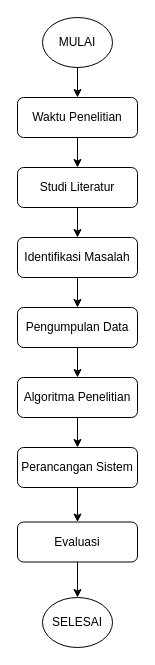
Earlier version of the draw.io diagram Untitled Diagram.drawio (wan-projects/wan-projects). Source tidied: cells renumbered, new cells numbered last; positions are measured from the earlier drawing's top-left corner, leaving out a move shared by most shapes. Both pictures are drawn from the tidied source at 100%, with x=0, y=0 at pixel (17, 17).
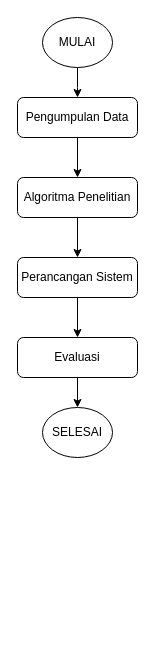
Above is the later version.

The edit, as a diff of the source:
```diff
@@
 <mxGraphModel>
   <root>
     <mxCell id="0" />
     <mxCell id="1" parent="0" />
-    <mxCell id="2" style="edgeStyle=orthogonalEdgeStyle;rounded=0;jettySize=auto;html=1;entryX=0.5;entryY=0;entryDx=0;entryDy=0;" parent="1" edge="1" source="3" target="5">
-      <mxGeometry relative="1" as="geometry" />
-    </mxCell>
-    <mxCell id="3" value="Studi Literatur" style="rounded=1;whiteSpace=wrap;html=1;fontSize=12;glass=0;strokeWidth=1;shadow=0;" parent="1" vertex="1">
-      <mxGeometry y="150" width="120" height="40" as="geometry" />
-    </mxCell>
-    <mxCell id="4" style="edgeStyle=orthogonalEdgeStyle;rounded=0;jettySize=auto;html=1;entryX=0.5;entryY=0;entryDx=0;entryDy=0;" parent="1" edge="1" source="5" target="9">
-      <mxGeometry relative="1" as="geometry" />
-    </mxCell>
-    <mxCell id="5" value="Identifikasi Masalah" style="rounded=1;whiteSpace=wrap;html=1;fontSize=12;glass=0;strokeWidth=1;shadow=0;" parent="1" vertex="1">
-      <mxGeometry y="220" width="120" height="40" as="geometry" />
-    </mxCell>
-    <mxCell id="6" style="edgeStyle=orthogonalEdgeStyle;rounded=0;jettySize=auto;html=1;entryX=0.5;entryY=0;entryDx=0;entryDy=0;" parent="1" edge="1" source="7" target="14">
+    <mxCell id="6" style="edgeStyle=orthogonalEdgeStyle;rounded=0;jettySize=auto;html=1;" parent="1" edge="1" source="7" target="14">
       <mxGeometry relative="1" as="geometry" />
     </mxCell>
     <mxCell id="7" value="Algoritma Penelitian" style="rounded=1;whiteSpace=wrap;html=1;fontSize=12;glass=0;strokeWidth=1;shadow=0;" parent="1" vertex="1">
-      <mxGeometry y="360" width="120" height="40" as="geometry" />
+      <mxGeometry y="160" width="120" height="40" as="geometry" />
     </mxCell>
-    <mxCell id="8" style="edgeStyle=orthogonalEdgeStyle;rounded=0;jettySize=auto;html=1;entryX=0.5;entryY=0;entryDx=0;entryDy=0;" parent="1" edge="1" source="9" target="7">
+    <mxCell id="8" style="edgeStyle=orthogonalEdgeStyle;rounded=0;jettySize=auto;html=1;" parent="1" edge="1" source="9" target="7">
       <mxGeometry relative="1" as="geometry" />
     </mxCell>
     <mxCell id="9" value="Pengumpulan Data" style="rounded=1;whiteSpace=wrap;html=1;fontSize=12;glass=0;strokeWidth=1;shadow=0;" parent="1" vertex="1">
-      <mxGeometry y="290" width="120" height="40" as="geometry" />
+      <mxGeometry y="80" width="120" height="40" as="geometry" />
     </mxCell>
-    <mxCell id="10" style="edgeStyle=orthogonalEdgeStyle;rounded=0;jettySize=auto;html=1;" parent="1" edge="1" source="11" target="18">
-      <mxGeometry relative="1" as="geometry" />
+    <mxCell id="10" style="edgeStyle=orthogonalEdgeStyle;rounded=0;jettySize=auto;html=1;" parent="1" edge="1" source="11">
+      <mxGeometry relative="1" as="geometry">
+        <mxPoint x="60" y="80" as="targetPoint" />
+      </mxGeometry>
     </mxCell>
     <mxCell id="11" value="MULAI" style="ellipse;whiteSpace=wrap;html=1;" parent="1" vertex="1">
       <mxGeometry x="25" width="70" height="50" as="geometry" />
     </mxCell>
     <mxCell id="12" value="SELESAI" style="ellipse;whiteSpace=wrap;html=1;" parent="1" vertex="1">
-      <mxGeometry x="25" y="580" width="70" height="50" as="geometry" />
+      <mxGeometry x="25" y="390" width="70" height="50" as="geometry" />
     </mxCell>
-    <mxCell id="13" style="edgeStyle=orthogonalEdgeStyle;rounded=0;jettySize=auto;html=1;entryX=0.5;entryY=0;entryDx=0;entryDy=0;" parent="1" edge="1" source="14" target="16">
+    <mxCell id="13" style="edgeStyle=orthogonalEdgeStyle;rounded=0;jettySize=auto;html=1;" parent="1" edge="1" source="14" target="16">
       <mxGeometry relative="1" as="geometry" />
     </mxCell>
     <mxCell id="14" value="Perancangan Sistem" style="rounded=1;whiteSpace=wrap;html=1;fontSize=12;glass=0;strokeWidth=1;shadow=0;" parent="1" vertex="1">
-      <mxGeometry y="430" width="120" height="40" as="geometry" />
+      <mxGeometry y="240" width="120" height="40" as="geometry" />
     </mxCell>
-    <mxCell id="15" style="edgeStyle=orthogonalEdgeStyle;rounded=0;jettySize=auto;html=1;entryX=0.5;entryY=0;entryDx=0;entryDy=0;" parent="1" edge="1" source="16" target="12">
+    <mxCell id="15" style="edgeStyle=orthogonalEdgeStyle;rounded=0;jettySize=auto;html=1;" parent="1" edge="1" source="16" target="12">
       <mxGeometry relative="1" as="geometry" />
     </mxCell>
     <mxCell id="16" value="Evaluasi" style="rounded=1;whiteSpace=wrap;html=1;fontSize=12;glass=0;strokeWidth=1;shadow=0;" parent="1" vertex="1">
-      <mxGeometry y="504.5" width="120" height="40" as="geometry" />
+      <mxGeometry y="320" width="120" height="40" as="geometry" />
     </mxCell>
-    <mxCell id="17" style="edgeStyle=orthogonalEdgeStyle;rounded=0;jettySize=auto;html=1;entryX=0.5;entryY=0;entryDx=0;entryDy=0;" parent="1" edge="1" source="18" target="3">
-      <mxGeometry relative="1" as="geometry" />
-    </mxCell>
-    <mxCell id="18" value="Waktu Penelitian" style="rounded=1;whiteSpace=wrap;html=1;fontSize=12;glass=0;strokeWidth=1;shadow=0;" parent="1" vertex="1">
-      <mxGeometry y="80" width="120" height="40" as="geometry" />
-    </mxCell>
   </root>
 </mxGraphModel>
```
